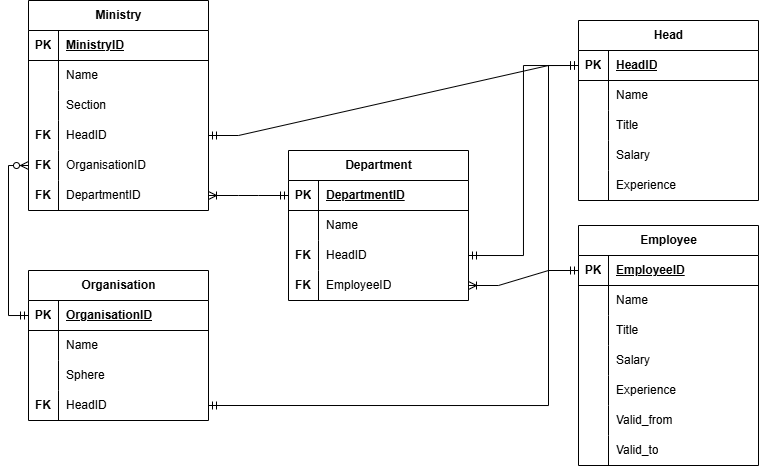
The draw.io diagram docs/logical_model.png in Tukk0/Government_Database, before a commit. Source tidied: cells renumbered, new cells last; positions are measured from the earlier drawing's top-left corner, leaving out a move shared by most shapes.
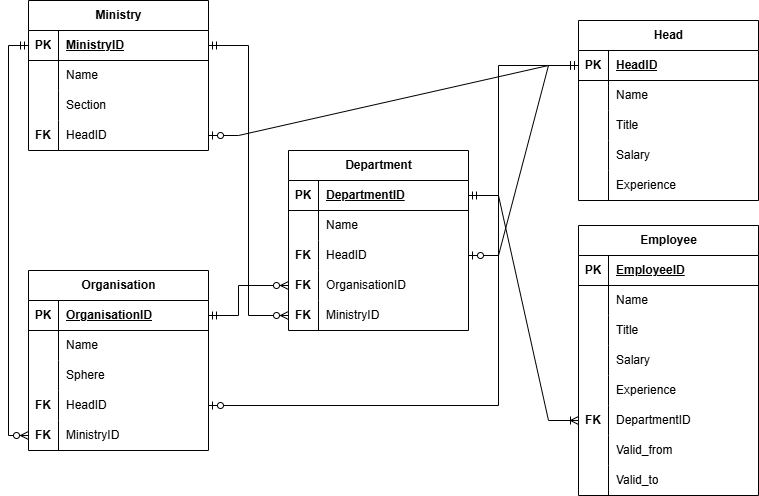
The same diagram one commit later.

What changed in the source:
```diff
@@ -3,7 +3,7 @@
     <mxCell id="0" />
     <mxCell id="1" parent="0" />
     <mxCell id="2" value="Ministry" style="shape=table;startSize=30;rowLines=0;fontStyle=1;align=center;html=1;" parent="1" vertex="1">
-      <mxGeometry x="20" width="180" height="210" as="geometry" />
+      <mxGeometry x="20" width="180" height="150" as="geometry" />
     </mxCell>
     <mxCell id="3" style="shape=tableRow;horizontal=0;startSize=0;swimlaneHead=0;swimlaneBody=0;fillColor=none;points=[[0,0.5],[1,0.5]];portConstraint=eastwest;top=0;left=0;right=0;bottom=1;" parent="2" vertex="1">
       <mxGeometry y="30" width="180" height="30" as="geometry" />
@@ -41,24 +41,6 @@
     <mxCell id="14" value="HeadID" style="shape=partialRectangle;fillColor=none;top=0;left=0;bottom=0;right=0;align=left;spacingLeft=6;overflow=hidden;whiteSpace=wrap;html=1;" parent="12" vertex="1">
       <mxGeometry x="30" width="150" height="30" as="geometry" />
     </mxCell>
-    <mxCell id="15" style="shape=tableRow;horizontal=0;startSize=0;swimlaneHead=0;swimlaneBody=0;fillColor=none;points=[[0,0.5],[1,0.5]];portConstraint=eastwest;top=0;left=0;right=0;bottom=0;" parent="2" vertex="1">
-      <mxGeometry y="150" width="180" height="30" as="geometry" />
-    </mxCell>
-    <mxCell id="16" value="&lt;b&gt;FK&lt;/b&gt;" style="shape=partialRectangle;fillColor=none;top=0;left=0;bottom=0;right=0;overflow=hidden;whiteSpace=wrap;html=1;" parent="15" vertex="1">
-      <mxGeometry width="30" height="30" as="geometry" />
-    </mxCell>
-    <mxCell id="17" value="OrganisationID" style="shape=partialRectangle;fillColor=none;top=0;left=0;bottom=0;right=0;align=left;spacingLeft=6;overflow=hidden;whiteSpace=wrap;html=1;" parent="15" vertex="1">
-      <mxGeometry x="30" width="150" height="30" as="geometry" />
-    </mxCell>
-    <mxCell id="18" style="shape=tableRow;horizontal=0;startSize=0;swimlaneHead=0;swimlaneBody=0;fillColor=none;points=[[0,0.5],[1,0.5]];portConstraint=eastwest;top=0;left=0;right=0;bottom=0;" parent="2" vertex="1">
-      <mxGeometry y="180" width="180" height="30" as="geometry" />
-    </mxCell>
-    <mxCell id="19" value="&lt;b&gt;FK&lt;/b&gt;" style="shape=partialRectangle;fillColor=none;top=0;left=0;bottom=0;right=0;overflow=hidden;whiteSpace=wrap;html=1;" parent="18" vertex="1">
-      <mxGeometry width="30" height="30" as="geometry" />
-    </mxCell>
-    <mxCell id="20" value="DepartmentID" style="shape=partialRectangle;fillColor=none;top=0;left=0;bottom=0;right=0;align=left;spacingLeft=6;overflow=hidden;whiteSpace=wrap;html=1;" parent="18" vertex="1">
-      <mxGeometry x="30" width="150" height="30" as="geometry" />
-    </mxCell>
     <mxCell id="21" value="Head" style="shape=table;startSize=30;rowLines=0;fontStyle=1;align=center;html=1;" parent="1" vertex="1">
       <mxGeometry x="570" y="20" width="180" height="180" as="geometry" />
     </mxCell>
@@ -107,11 +89,8 @@
     <mxCell id="36" value="Experience" style="shape=partialRectangle;fillColor=none;top=0;left=0;bottom=0;right=0;align=left;spacingLeft=6;overflow=hidden;whiteSpace=wrap;html=1;" parent="34" vertex="1">
       <mxGeometry x="30" width="150" height="30" as="geometry" />
     </mxCell>
-    <mxCell id="37" style="edgeStyle=entityRelationEdgeStyle;fontSize=12;html=1;endArrow=ERmandOne;startArrow=ERmandOne;rounded=0;exitX=1;exitY=0.5;exitDx=0;exitDy=0;entryX=0;entryY=0.5;entryDx=0;entryDy=0;" parent="1" edge="1" source="12" target="22">
-      <mxGeometry relative="1" as="geometry" />
-    </mxCell>
     <mxCell id="38" value="Organisation" style="shape=table;startSize=30;rowLines=0;fontStyle=1;align=center;html=1;" parent="1" vertex="1">
-      <mxGeometry x="20" y="270" width="180" height="150" as="geometry" />
+      <mxGeometry x="20" y="270" width="180" height="180" as="geometry" />
     </mxCell>
     <mxCell id="39" style="shape=tableRow;horizontal=0;startSize=0;swimlaneHead=0;swimlaneBody=0;fillColor=none;points=[[0,0.5],[1,0.5]];portConstraint=eastwest;top=0;left=0;right=0;bottom=1;" parent="38" vertex="1">
       <mxGeometry y="30" width="180" height="30" as="geometry" />
@@ -149,24 +128,17 @@
     <mxCell id="50" value="HeadID" style="shape=partialRectangle;fillColor=none;top=0;left=0;bottom=0;right=0;align=left;spacingLeft=6;overflow=hidden;whiteSpace=wrap;html=1;" parent="48" vertex="1">
       <mxGeometry x="30" width="150" height="30" as="geometry" />
     </mxCell>
-    <mxCell id="51" style="edgeStyle=orthogonalEdgeStyle;fontSize=12;html=1;endArrow=ERmandOne;startArrow=ERmandOne;rounded=0;exitX=1;exitY=0.5;exitDx=0;exitDy=0;entryX=0;entryY=0.5;entryDx=0;entryDy=0;" parent="1" edge="1" source="48" target="22">
-      <mxGeometry relative="1" as="geometry">
-        <Array as="points">
-          <mxPoint x="540" y="405" />
-          <mxPoint x="540" y="65" />
-        </Array>
-      </mxGeometry>
-    </mxCell>
-    <mxCell id="52" style="edgeStyle=orthogonalEdgeStyle;fontSize=12;html=1;endArrow=ERzeroToMany;startArrow=ERmandOne;rounded=0;entryX=0;entryY=0.5;entryDx=0;entryDy=0;exitX=0;exitY=0.5;exitDx=0;exitDy=0;" parent="1" edge="1" source="39" target="15">
-      <mxGeometry relative="1" as="geometry">
-        <Array as="points">
-          <mxPoint y="315" />
-          <mxPoint y="165" />
-        </Array>
-      </mxGeometry>
-    </mxCell>
+    <mxCell id="91" style="shape=tableRow;horizontal=0;startSize=0;swimlaneHead=0;swimlaneBody=0;fillColor=none;points=[[0,0.5],[1,0.5]];portConstraint=eastwest;top=0;left=0;right=0;bottom=0;" parent="38" vertex="1">
+      <mxGeometry y="150" width="180" height="30" as="geometry" />
+    </mxCell>
+    <mxCell id="92" value="&lt;b&gt;FK&lt;/b&gt;" style="shape=partialRectangle;fillColor=none;top=0;left=0;bottom=0;right=0;overflow=hidden;whiteSpace=wrap;html=1;" parent="91" vertex="1">
+      <mxGeometry width="30" height="30" as="geometry" />
+    </mxCell>
+    <mxCell id="93" value="MinistryID" style="shape=partialRectangle;fillColor=none;top=0;left=0;bottom=0;right=0;align=left;spacingLeft=6;overflow=hidden;whiteSpace=wrap;html=1;" parent="91" vertex="1">
+      <mxGeometry x="30" width="150" height="30" as="geometry" />
+    </mxCell>
     <mxCell id="53" value="Department" style="shape=table;startSize=30;rowLines=0;fontStyle=1;align=center;html=1;" parent="1" vertex="1">
-      <mxGeometry x="280" y="150" width="180" height="150" as="geometry" />
+      <mxGeometry x="280" y="150" width="180" height="180" as="geometry" />
     </mxCell>
     <mxCell id="54" style="shape=tableRow;horizontal=0;startSize=0;swimlaneHead=0;swimlaneBody=0;fillColor=none;points=[[0,0.5],[1,0.5]];portConstraint=eastwest;top=0;left=0;right=0;bottom=1;" parent="53" vertex="1">
       <mxGeometry y="30" width="180" height="30" as="geometry" />
@@ -198,20 +170,23 @@
     <mxCell id="63" style="shape=tableRow;horizontal=0;startSize=0;swimlaneHead=0;swimlaneBody=0;fillColor=none;points=[[0,0.5],[1,0.5]];portConstraint=eastwest;top=0;left=0;right=0;bottom=0;" parent="53" vertex="1">
       <mxGeometry y="120" width="180" height="30" as="geometry" />
     </mxCell>
-    <mxCell id="64" value="&lt;b&gt;FK&lt;/b&gt;" style="shape=partialRectangle;fillColor=none;top=0;left=0;bottom=0;right=0;overflow=hidden;whiteSpace=wrap;html=1;" parent="63" vertex="1">
-      <mxGeometry width="30" height="30" as="geometry" />
-    </mxCell>
-    <mxCell id="65" value="EmployeeID" style="shape=partialRectangle;fillColor=none;top=0;left=0;bottom=0;right=0;align=left;spacingLeft=6;overflow=hidden;whiteSpace=wrap;html=1;" parent="63" vertex="1">
-      <mxGeometry x="30" width="150" height="30" as="geometry" />
-    </mxCell>
-    <mxCell id="66" style="edgeStyle=entityRelationEdgeStyle;fontSize=12;html=1;endArrow=ERoneToMany;startArrow=ERmandOne;rounded=0;exitX=0;exitY=0.5;exitDx=0;exitDy=0;" parent="1" edge="1" source="54" target="18">
-      <mxGeometry relative="1" as="geometry" />
-    </mxCell>
-    <mxCell id="67" style="edgeStyle=orthogonalEdgeStyle;fontSize=12;html=1;endArrow=ERmandOne;startArrow=ERmandOne;rounded=0;exitX=1;exitY=0.5;exitDx=0;exitDy=0;entryX=0;entryY=0.5;entryDx=0;entryDy=0;" parent="1" edge="1" source="60" target="22">
-      <mxGeometry relative="1" as="geometry" />
-    </mxCell>
+    <mxCell id="94" value="&lt;b&gt;FK&lt;/b&gt;" style="shape=partialRectangle;fillColor=none;top=0;left=0;bottom=0;right=0;overflow=hidden;whiteSpace=wrap;html=1;" parent="63" vertex="1">
+      <mxGeometry width="30" height="30" as="geometry" />
+    </mxCell>
+    <mxCell id="17" value="OrganisationID" style="shape=partialRectangle;fillColor=none;top=0;left=0;bottom=0;right=0;align=left;spacingLeft=6;overflow=hidden;whiteSpace=wrap;html=1;" parent="63" vertex="1">
+      <mxGeometry x="30" width="150" height="30" as="geometry" />
+    </mxCell>
+    <mxCell id="95" style="shape=tableRow;horizontal=0;startSize=0;swimlaneHead=0;swimlaneBody=0;fillColor=none;points=[[0,0.5],[1,0.5]];portConstraint=eastwest;top=0;left=0;right=0;bottom=0;" parent="53" vertex="1">
+      <mxGeometry y="150" width="180" height="30" as="geometry" />
+    </mxCell>
+    <mxCell id="96" value="&lt;b&gt;FK&lt;/b&gt;" style="shape=partialRectangle;fillColor=none;top=0;left=0;bottom=0;right=0;overflow=hidden;whiteSpace=wrap;html=1;" parent="95" vertex="1">
+      <mxGeometry width="30" height="30" as="geometry" />
+    </mxCell>
+    <mxCell id="97" value="MinistryID" style="shape=partialRectangle;fillColor=none;top=0;left=0;bottom=0;right=0;align=left;spacingLeft=6;overflow=hidden;whiteSpace=wrap;html=1;" parent="95" vertex="1">
+      <mxGeometry x="30" width="150" height="30" as="geometry" />
+    </mxCell>
     <mxCell id="68" value="Employee" style="shape=table;startSize=30;rowLines=0;fontStyle=1;align=center;html=1;" parent="1" vertex="1">
-      <mxGeometry x="570" y="225" width="180" height="240" as="geometry" />
+      <mxGeometry x="570" y="225" width="180" height="270" as="geometry" />
     </mxCell>
     <mxCell id="69" style="shape=tableRow;horizontal=0;startSize=0;swimlaneHead=0;swimlaneBody=0;fillColor=none;points=[[0,0.5],[1,0.5]];portConstraint=eastwest;top=0;left=0;right=0;bottom=1;" parent="68" vertex="1">
       <mxGeometry y="30" width="180" height="30" as="geometry" />
@@ -261,10 +236,10 @@
     <mxCell id="84" style="shape=tableRow;horizontal=0;startSize=0;swimlaneHead=0;swimlaneBody=0;fillColor=none;points=[[0,0.5],[1,0.5]];portConstraint=eastwest;top=0;left=0;right=0;bottom=0;" parent="68" vertex="1">
       <mxGeometry y="180" width="180" height="30" as="geometry" />
     </mxCell>
-    <mxCell id="85" style="shape=partialRectangle;fillColor=none;top=0;left=0;bottom=0;right=0;overflow=hidden;whiteSpace=wrap;html=1;" parent="84" vertex="1">
+    <mxCell id="85" value="&lt;b&gt;FK&lt;/b&gt;" style="shape=partialRectangle;fillColor=none;top=0;left=0;bottom=0;right=0;overflow=hidden;whiteSpace=wrap;html=1;" parent="84" vertex="1">
       <mxGeometry width="30" height="30" as="geometry" />
     </mxCell>
-    <mxCell id="86" value="Valid_from" style="shape=partialRectangle;fillColor=none;top=0;left=0;bottom=0;right=0;align=left;spacingLeft=6;overflow=hidden;whiteSpace=wrap;html=1;" parent="84" vertex="1">
+    <mxCell id="86" value="DepartmentID" style="shape=partialRectangle;fillColor=none;top=0;left=0;bottom=0;right=0;align=left;spacingLeft=6;overflow=hidden;whiteSpace=wrap;html=1;" parent="84" vertex="1">
       <mxGeometry x="30" width="150" height="30" as="geometry" />
     </mxCell>
     <mxCell id="87" style="shape=tableRow;horizontal=0;startSize=0;swimlaneHead=0;swimlaneBody=0;fillColor=none;top=0;left=0;right=0;bottom=0;" parent="68" vertex="1">
@@ -273,11 +248,53 @@
     <mxCell id="88" style="shape=partialRectangle;fillColor=none;top=0;left=0;bottom=0;right=0;overflow=hidden;whiteSpace=wrap;html=1;" parent="87" vertex="1">
       <mxGeometry width="30" height="30" as="geometry" />
     </mxCell>
-    <mxCell id="89" value="Valid_to" style="shape=partialRectangle;fillColor=none;top=0;left=0;bottom=0;right=0;align=left;spacingLeft=6;overflow=hidden;whiteSpace=wrap;html=1;" parent="87" vertex="1">
+    <mxCell id="89" value="Valid_from" style="shape=partialRectangle;fillColor=none;top=0;left=0;bottom=0;right=0;align=left;spacingLeft=6;overflow=hidden;whiteSpace=wrap;html=1;" parent="87" vertex="1">
       <mxGeometry x="30" width="150" height="30" as="geometry" />
     </mxCell>
+    <mxCell id="98" style="shape=tableRow;horizontal=0;startSize=0;swimlaneHead=0;swimlaneBody=0;fillColor=none;top=0;left=0;right=0;bottom=0;" parent="68" vertex="1">
+      <mxGeometry y="240" width="180" height="30" as="geometry" />
+    </mxCell>
+    <mxCell id="99" style="shape=partialRectangle;fillColor=none;top=0;left=0;bottom=0;right=0;overflow=hidden;whiteSpace=wrap;html=1;" parent="98" vertex="1">
+      <mxGeometry width="30" height="30" as="geometry" />
+    </mxCell>
+    <mxCell id="100" value="Valid_to" style="shape=partialRectangle;fillColor=none;top=0;left=0;bottom=0;right=0;align=left;spacingLeft=6;overflow=hidden;whiteSpace=wrap;html=1;" parent="98" vertex="1">
+      <mxGeometry x="30" width="150" height="30" as="geometry" />
+    </mxCell>
-    <mxCell id="90" style="edgeStyle=entityRelationEdgeStyle;fontSize=12;html=1;endArrow=ERoneToMany;startArrow=ERmandOne;rounded=0;exitX=0;exitY=0.5;exitDx=0;exitDy=0;entryX=1;entryY=0.5;entryDx=0;entryDy=0;" parent="1" edge="1" source="69" target="63">
+    <mxCell id="90" style="edgeStyle=entityRelationEdgeStyle;fontSize=12;html=1;endArrow=ERoneToMany;startArrow=ERmandOne;rounded=0;exitX=1;exitY=0.5;exitDx=0;exitDy=0;entryX=0;entryY=0.5;entryDx=0;entryDy=0;" parent="1" edge="1" source="54" target="84">
       <mxGeometry relative="1" as="geometry" />
     </mxCell>
+    <mxCell id="101" style="edgeStyle=orthogonalEdgeStyle;fontSize=12;html=1;endArrow=ERzeroToMany;startArrow=ERmandOne;rounded=0;entryX=0;entryY=0.5;entryDx=0;entryDy=0;exitX=1;exitY=0.5;exitDx=0;exitDy=0;" parent="1" edge="1" source="3" target="95">
+      <mxGeometry relative="1" as="geometry" />
+    </mxCell>
+    <mxCell id="102" style="edgeStyle=orthogonalEdgeStyle;fontSize=12;html=1;endArrow=ERzeroToMany;startArrow=ERmandOne;rounded=0;entryX=0;entryY=0.5;entryDx=0;entryDy=0;exitX=1;exitY=0.5;exitDx=0;exitDy=0;" parent="1" edge="1" source="39" target="63">
+      <mxGeometry relative="1" as="geometry">
+        <Array as="points">
+          <mxPoint x="230" y="315" />
+          <mxPoint x="230" y="285" />
+        </Array>
+      </mxGeometry>
+    </mxCell>
+    <mxCell id="52" style="edgeStyle=orthogonalEdgeStyle;fontSize=12;html=1;endArrow=ERzeroToMany;startArrow=ERmandOne;rounded=0;exitX=0;exitY=0.5;exitDx=0;exitDy=0;entryX=0;entryY=0.5;entryDx=0;entryDy=0;" parent="1" edge="1" source="3" target="91">
+      <mxGeometry relative="1" as="geometry">
+        <Array as="points">
+          <mxPoint y="45" />
+          <mxPoint y="435" />
+        </Array>
+      </mxGeometry>
+    </mxCell>
+    <mxCell id="103" style="edgeStyle=entityRelationEdgeStyle;fontSize=12;html=1;endArrow=ERzeroToOne;startArrow=ERmandOne;rounded=0;exitX=0;exitY=0.5;exitDx=0;exitDy=0;entryX=1;entryY=0.5;entryDx=0;entryDy=0;" parent="1" edge="1" source="22" target="12">
+      <mxGeometry relative="1" as="geometry" />
+    </mxCell>
+    <mxCell id="104" style="edgeStyle=entityRelationEdgeStyle;fontSize=12;html=1;endArrow=ERzeroToOne;startArrow=ERmandOne;rounded=0;exitX=0;exitY=0.5;exitDx=0;exitDy=0;entryX=1;entryY=0.5;entryDx=0;entryDy=0;" parent="1" edge="1" source="22" target="60">
+      <mxGeometry relative="1" as="geometry" />
+    </mxCell>
+    <mxCell id="105" style="edgeStyle=orthogonalEdgeStyle;fontSize=12;html=1;endArrow=ERzeroToOne;startArrow=ERmandOne;rounded=0;exitX=0;exitY=0.5;exitDx=0;exitDy=0;entryX=1;entryY=0.5;entryDx=0;entryDy=0;" parent="1" edge="1" source="22" target="48">
+      <mxGeometry relative="1" as="geometry">
+        <Array as="points">
+          <mxPoint x="490" y="65" />
+          <mxPoint x="490" y="405" />
+        </Array>
+      </mxGeometry>
+    </mxCell>
   </root>
 </mxGraphModel>
```
